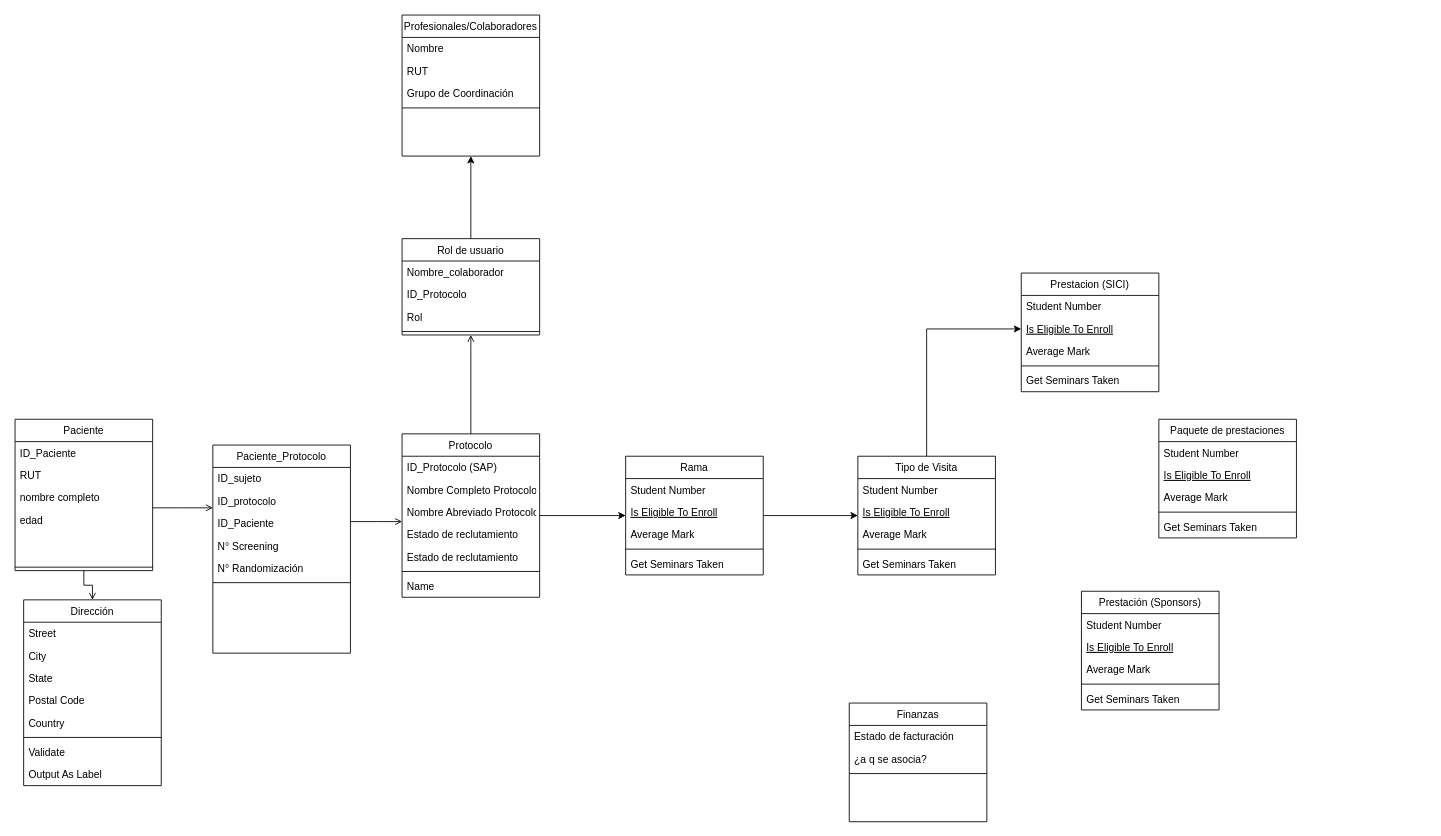
Above: UIDO_Protocolos.drawio in ietchart/UIDO (draw.io), before the change. Source tidied: cells renumbered, new cells numbered last; positions are measured from the earlier drawing's top-left corner, leaving out a move shared by most shapes. Both pictures are drawn from the tidied source at 86%, with x=0, y=0 at pixel (15, 15).
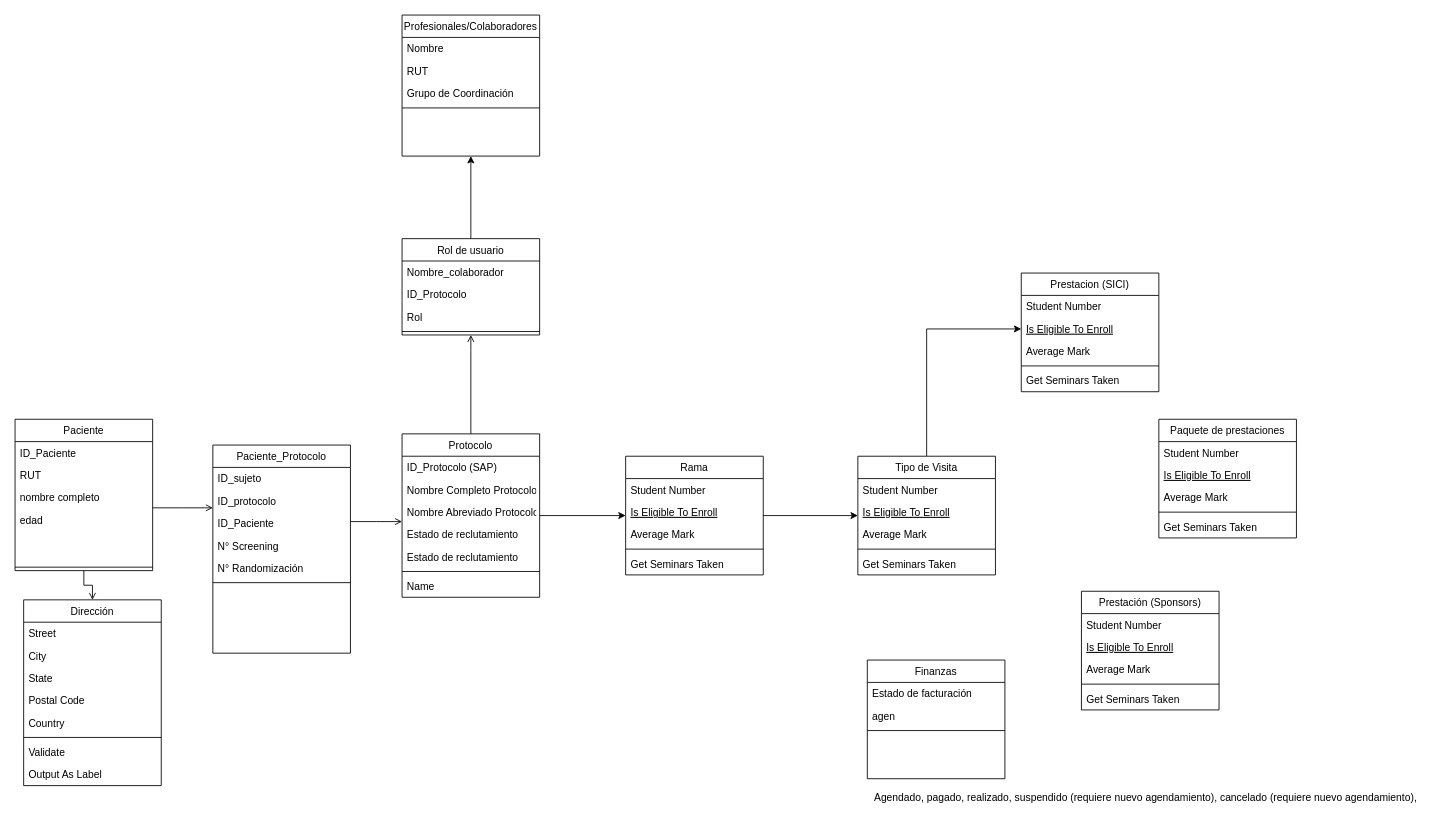
Above is the later version.

Change to the diagram source:
```diff
@@
     <mxCell id="80" value="Finanzas" style="swimlane;fontStyle=0;align=center;verticalAlign=top;horizontal=1;startSize=26;rounded=0;shadow=0;strokeWidth=1;" parent="1" vertex="1">
-      <mxGeometry x="970" y="800" width="160" height="138" as="geometry" />
+      <mxGeometry x="991" y="750" width="160" height="138" as="geometry" />
     </mxCell>
@@
-    <mxCell id="82" value="¿a q se asocia?" style="text;align=left;verticalAlign=top;spacingLeft=4;spacingRight=4;overflow=hidden;" parent="80" vertex="1">
+    <mxCell id="82" value="agen" style="text;align=left;verticalAlign=top;spacingLeft=4;spacingRight=4;overflow=hidden;" parent="80" vertex="1">
       <mxGeometry y="52" width="160" height="26" as="geometry" />
     </mxCell>
@@
+    <mxCell id="84" value="Agendado, pagado, realizado, suspendido (requiere nuevo agendamiento), cancelado (requiere nuevo agendamiento),&amp;nbsp;" style="text;html=1;align=center;verticalAlign=middle;strokeColor=none;fillColor=none;" parent="1" vertex="1">
+      <mxGeometry x="991" y="900" width="650" height="20" as="geometry" />
+    </mxCell>
```
